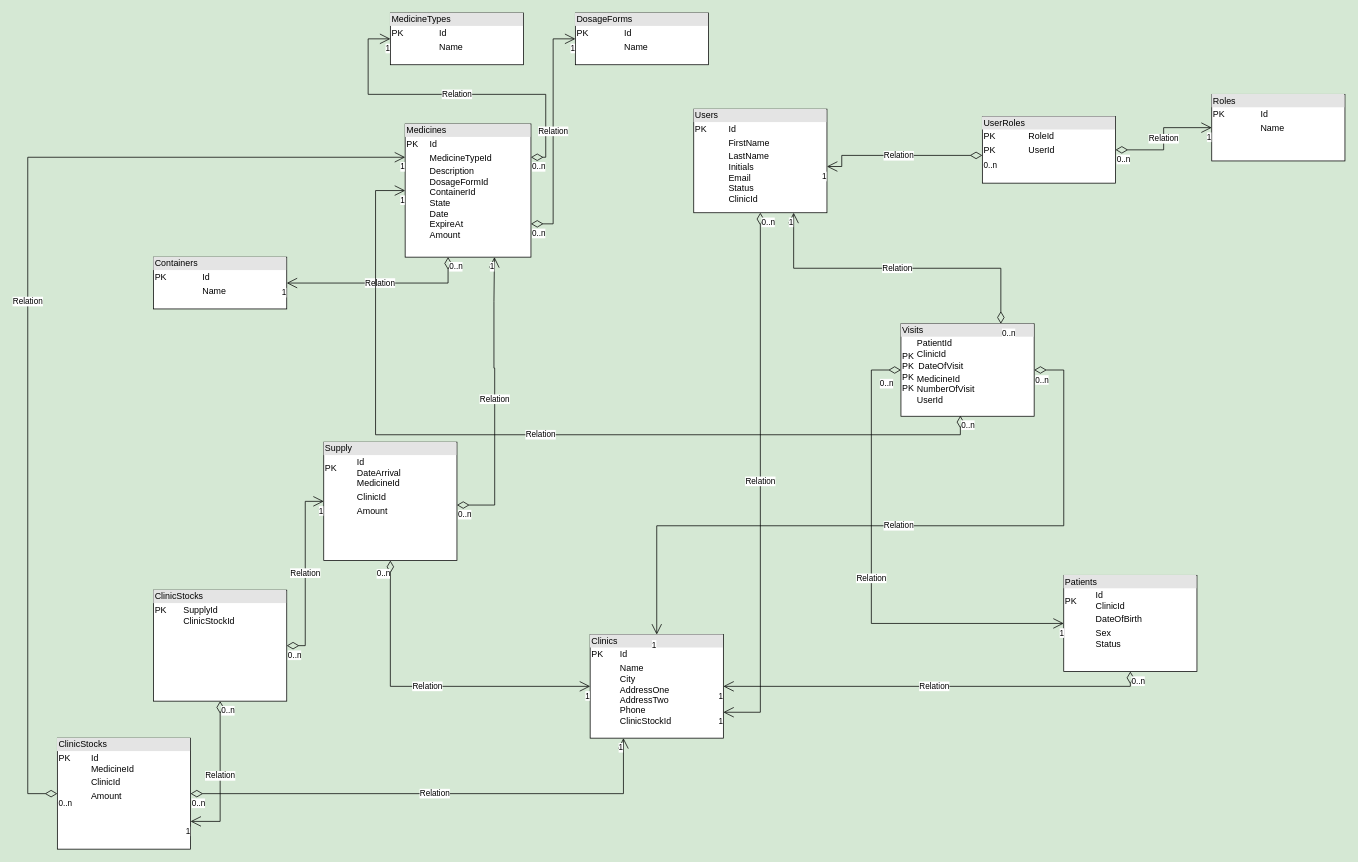
The draw.io diagram diagram/MedicalResearch.drawio in ByklinDev/medical-research, before the edit. Source tidied: cells renumbered, new cells numbered last; positions are measured from the earlier drawing's top-left corner, leaving out a move shared by most shapes. Both pictures are drawn from the tidied source at 74%, with x=0, y=0 at pixel (27, 13).
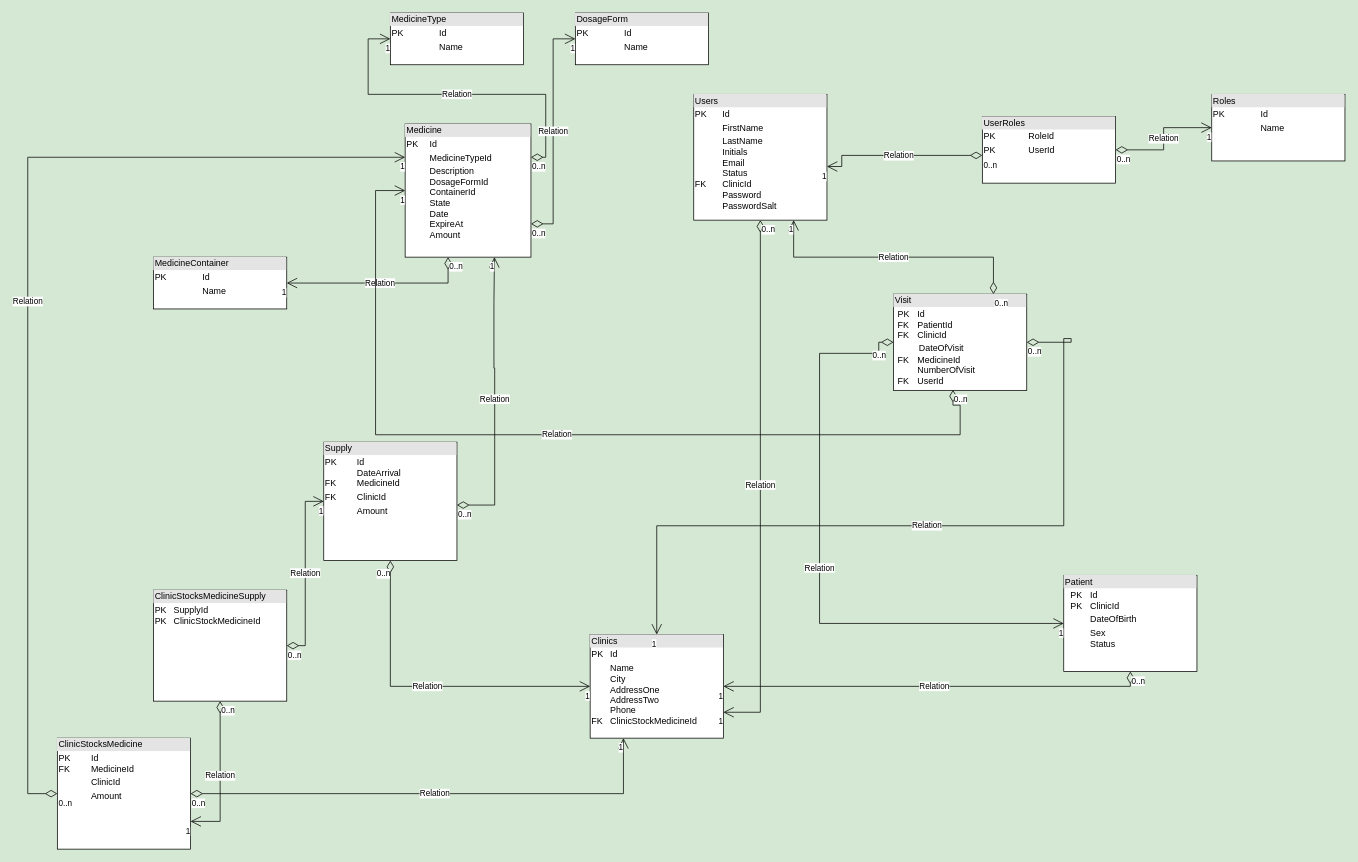
Above is the later version.

The edit, as a diff of the source:
```diff
@@
-    <mxCell id="2" value="&lt;div style=&quot;box-sizing: border-box; width: 100%; background: rgb(228, 228, 228); padding: 2px;&quot;&gt;Users&lt;/div&gt;&lt;table style=&quot;width:100%;font-size:1em;&quot; cellpadding=&quot;2&quot; cellspacing=&quot;0&quot;&gt;&lt;tbody&gt;&lt;tr&gt;&lt;td&gt;PK&lt;/td&gt;&lt;td&gt;Id&lt;/td&gt;&lt;/tr&gt;&lt;tr&gt;&lt;td&gt;&lt;br&gt;&lt;/td&gt;&lt;td&gt;FirstName&lt;/td&gt;&lt;/tr&gt;&lt;tr&gt;&lt;td&gt;&lt;/td&gt;&lt;td&gt;LastName&lt;br&gt;Initials&lt;br&gt;Email&lt;br&gt;Status&lt;br&gt;ClinicId&lt;/td&gt;&lt;/tr&gt;&lt;/tbody&gt;&lt;/table&gt;" style="verticalAlign=top;align=left;overflow=fill;html=1;whiteSpace=wrap;" parent="1" vertex="1">
-      <mxGeometry x="900" y="130" width="180" height="140" as="geometry" />
+    <mxCell id="2" value="&lt;div style=&quot;box-sizing: border-box; width: 100%; background: rgb(228, 228, 228); padding: 2px;&quot;&gt;Users&lt;/div&gt;&lt;table style=&quot;width:100%;font-size:1em;&quot; cellpadding=&quot;2&quot; cellspacing=&quot;0&quot;&gt;&lt;tbody&gt;&lt;tr&gt;&lt;td&gt;PK&lt;/td&gt;&lt;td&gt;Id&lt;/td&gt;&lt;/tr&gt;&lt;tr&gt;&lt;td&gt;&lt;br&gt;&lt;/td&gt;&lt;td&gt;FirstName&lt;/td&gt;&lt;/tr&gt;&lt;tr&gt;&lt;td&gt;&lt;br&gt;&lt;br&gt;FK&lt;/td&gt;&lt;td&gt;LastName&lt;br&gt;Initials&lt;br&gt;Email&lt;br&gt;Status&lt;br&gt;ClinicId&lt;br&gt;Password&lt;br&gt;PasswordSalt&lt;/td&gt;&lt;/tr&gt;&lt;/tbody&gt;&lt;/table&gt;" style="verticalAlign=top;align=left;overflow=fill;html=1;whiteSpace=wrap;" parent="1" vertex="1">
+      <mxGeometry x="900" y="110" width="180" height="170" as="geometry" />
     </mxCell>
@@
-    <mxCell id="4" value="&lt;div style=&quot;box-sizing: border-box; width: 100%; background: rgb(228, 228, 228); padding: 2px;&quot;&gt;MedicineTypes&lt;/div&gt;&lt;table style=&quot;width:100%;font-size:1em;&quot; cellpadding=&quot;2&quot; cellspacing=&quot;0&quot;&gt;&lt;tbody&gt;&lt;tr&gt;&lt;td&gt;PK&lt;/td&gt;&lt;td&gt;Id&lt;/td&gt;&lt;/tr&gt;&lt;tr&gt;&lt;td&gt;&lt;br&gt;&lt;/td&gt;&lt;td&gt;Name&lt;/td&gt;&lt;/tr&gt;&lt;tr&gt;&lt;td&gt;&lt;/td&gt;&lt;td&gt;&lt;br&gt;&lt;/td&gt;&lt;/tr&gt;&lt;/tbody&gt;&lt;/table&gt;" style="verticalAlign=top;align=left;overflow=fill;html=1;whiteSpace=wrap;" parent="1" vertex="1">
+    <mxCell id="4" value="&lt;div style=&quot;box-sizing: border-box; width: 100%; background: rgb(228, 228, 228); padding: 2px;&quot;&gt;MedicineType&lt;/div&gt;&lt;table style=&quot;width:100%;font-size:1em;&quot; cellpadding=&quot;2&quot; cellspacing=&quot;0&quot;&gt;&lt;tbody&gt;&lt;tr&gt;&lt;td&gt;PK&lt;/td&gt;&lt;td&gt;Id&lt;/td&gt;&lt;/tr&gt;&lt;tr&gt;&lt;td&gt;&lt;br&gt;&lt;/td&gt;&lt;td&gt;Name&lt;/td&gt;&lt;/tr&gt;&lt;tr&gt;&lt;td&gt;&lt;/td&gt;&lt;td&gt;&lt;br&gt;&lt;/td&gt;&lt;/tr&gt;&lt;/tbody&gt;&lt;/table&gt;" style="verticalAlign=top;align=left;overflow=fill;html=1;whiteSpace=wrap;" parent="1" vertex="1">
       <mxGeometry x="490" width="180" height="70" as="geometry" />
     </mxCell>
-    <mxCell id="5" value="&lt;div style=&quot;box-sizing: border-box; width: 100%; background: rgb(228, 228, 228); padding: 2px;&quot;&gt;DosageForms&lt;/div&gt;&lt;table style=&quot;width:100%;font-size:1em;&quot; cellpadding=&quot;2&quot; cellspacing=&quot;0&quot;&gt;&lt;tbody&gt;&lt;tr&gt;&lt;td&gt;PK&lt;/td&gt;&lt;td&gt;Id&lt;/td&gt;&lt;/tr&gt;&lt;tr&gt;&lt;td&gt;&lt;br&gt;&lt;/td&gt;&lt;td&gt;Name&lt;/td&gt;&lt;/tr&gt;&lt;tr&gt;&lt;td&gt;&lt;/td&gt;&lt;td&gt;&lt;br&gt;&lt;/td&gt;&lt;/tr&gt;&lt;/tbody&gt;&lt;/table&gt;" style="verticalAlign=top;align=left;overflow=fill;html=1;whiteSpace=wrap;" parent="1" vertex="1">
+    <mxCell id="5" value="&lt;div style=&quot;box-sizing: border-box; width: 100%; background: rgb(228, 228, 228); padding: 2px;&quot;&gt;DosageForm&lt;/div&gt;&lt;table style=&quot;width:100%;font-size:1em;&quot; cellpadding=&quot;2&quot; cellspacing=&quot;0&quot;&gt;&lt;tbody&gt;&lt;tr&gt;&lt;td&gt;PK&lt;/td&gt;&lt;td&gt;Id&lt;/td&gt;&lt;/tr&gt;&lt;tr&gt;&lt;td&gt;&lt;br&gt;&lt;/td&gt;&lt;td&gt;Name&lt;/td&gt;&lt;/tr&gt;&lt;tr&gt;&lt;td&gt;&lt;/td&gt;&lt;td&gt;&lt;br&gt;&lt;/td&gt;&lt;/tr&gt;&lt;/tbody&gt;&lt;/table&gt;" style="verticalAlign=top;align=left;overflow=fill;html=1;whiteSpace=wrap;" parent="1" vertex="1">
       <mxGeometry x="740" width="180" height="70" as="geometry" />
     </mxCell>
-    <mxCell id="6" value="&lt;div style=&quot;box-sizing: border-box; width: 100%; background: rgb(228, 228, 228); padding: 2px;&quot;&gt;Medicines&lt;/div&gt;&lt;table style=&quot;width:100%;font-size:1em;&quot; cellpadding=&quot;2&quot; cellspacing=&quot;0&quot;&gt;&lt;tbody&gt;&lt;tr&gt;&lt;td&gt;PK&lt;/td&gt;&lt;td&gt;Id&lt;/td&gt;&lt;/tr&gt;&lt;tr&gt;&lt;td&gt;&lt;br&gt;&lt;/td&gt;&lt;td&gt;MedicineTypeId&lt;/td&gt;&lt;/tr&gt;&lt;tr&gt;&lt;td&gt;&lt;/td&gt;&lt;td&gt;Description&lt;br&gt;DosageFormId&lt;br&gt;ContainerId&lt;br&gt;State&lt;br&gt;Date&lt;br&gt;ExpireAt&lt;br&gt;Amount&lt;br&gt;&lt;br&gt;&lt;br&gt;&lt;br&gt;&lt;br&gt;&lt;/td&gt;&lt;/tr&gt;&lt;/tbody&gt;&lt;/table&gt;" style="verticalAlign=top;align=left;overflow=fill;html=1;whiteSpace=wrap;" parent="1" vertex="1">
+    <mxCell id="6" value="&lt;div style=&quot;box-sizing: border-box; width: 100%; background: rgb(228, 228, 228); padding: 2px;&quot;&gt;Medicine&lt;/div&gt;&lt;table style=&quot;width:100%;font-size:1em;&quot; cellpadding=&quot;2&quot; cellspacing=&quot;0&quot;&gt;&lt;tbody&gt;&lt;tr&gt;&lt;td&gt;PK&lt;/td&gt;&lt;td&gt;Id&lt;/td&gt;&lt;/tr&gt;&lt;tr&gt;&lt;td&gt;&lt;br&gt;&lt;/td&gt;&lt;td&gt;MedicineTypeId&lt;/td&gt;&lt;/tr&gt;&lt;tr&gt;&lt;td&gt;&lt;/td&gt;&lt;td&gt;Description&lt;br&gt;DosageFormId&lt;br&gt;ContainerId&lt;br&gt;State&lt;br&gt;Date&lt;br&gt;ExpireAt&lt;br&gt;Amount&lt;br&gt;&lt;br&gt;&lt;br&gt;&lt;br&gt;&lt;br&gt;&lt;/td&gt;&lt;/tr&gt;&lt;/tbody&gt;&lt;/table&gt;" style="verticalAlign=top;align=left;overflow=fill;html=1;whiteSpace=wrap;" parent="1" vertex="1">
       <mxGeometry x="510" y="150" width="170" height="180" as="geometry" />
     </mxCell>
@@
-    <mxCell id="8" value="&lt;div style=&quot;box-sizing: border-box; width: 100%; background: rgb(228, 228, 228); padding: 2px;&quot;&gt;Containers&lt;/div&gt;&lt;table style=&quot;width:100%;font-size:1em;&quot; cellpadding=&quot;2&quot; cellspacing=&quot;0&quot;&gt;&lt;tbody&gt;&lt;tr&gt;&lt;td&gt;PK&lt;/td&gt;&lt;td&gt;Id&lt;/td&gt;&lt;/tr&gt;&lt;tr&gt;&lt;td&gt;&lt;br&gt;&lt;/td&gt;&lt;td&gt;Name&lt;/td&gt;&lt;/tr&gt;&lt;tr&gt;&lt;td&gt;&lt;/td&gt;&lt;td&gt;&lt;br&gt;&lt;/td&gt;&lt;/tr&gt;&lt;/tbody&gt;&lt;/table&gt;" style="verticalAlign=top;align=left;overflow=fill;html=1;whiteSpace=wrap;" parent="1" vertex="1">
+    <mxCell id="8" value="&lt;div style=&quot;box-sizing: border-box; width: 100%; background: rgb(228, 228, 228); padding: 2px;&quot;&gt;MedicineContainer&lt;/div&gt;&lt;table style=&quot;width:100%;font-size:1em;&quot; cellpadding=&quot;2&quot; cellspacing=&quot;0&quot;&gt;&lt;tbody&gt;&lt;tr&gt;&lt;td&gt;PK&lt;/td&gt;&lt;td&gt;Id&lt;/td&gt;&lt;/tr&gt;&lt;tr&gt;&lt;td&gt;&lt;br&gt;&lt;/td&gt;&lt;td&gt;Name&lt;/td&gt;&lt;/tr&gt;&lt;tr&gt;&lt;td&gt;&lt;/td&gt;&lt;td&gt;&lt;br&gt;&lt;/td&gt;&lt;/tr&gt;&lt;/tbody&gt;&lt;/table&gt;" style="verticalAlign=top;align=left;overflow=fill;html=1;whiteSpace=wrap;" parent="1" vertex="1">
       <mxGeometry x="170" y="330" width="180" height="70" as="geometry" />
     </mxCell>
-    <mxCell id="9" value="&lt;div style=&quot;box-sizing: border-box; width: 100%; background: rgb(228, 228, 228); padding: 2px;&quot;&gt;Supply&lt;/div&gt;&lt;table style=&quot;width:100%;font-size:1em;&quot; cellpadding=&quot;2&quot; cellspacing=&quot;0&quot;&gt;&lt;tbody&gt;&lt;tr&gt;&lt;td&gt;PK&lt;br&gt;&lt;br&gt;&lt;/td&gt;&lt;td&gt;Id&lt;br&gt;DateArrival&lt;br&gt;MedicineId&lt;/td&gt;&lt;/tr&gt;&lt;tr&gt;&lt;td&gt;&lt;br&gt;&lt;/td&gt;&lt;td&gt;ClinicId&lt;/td&gt;&lt;/tr&gt;&lt;tr&gt;&lt;td&gt;&lt;/td&gt;&lt;td&gt;Amount&lt;br&gt;&lt;br&gt;&lt;/td&gt;&lt;/tr&gt;&lt;/tbody&gt;&lt;/table&gt;" style="verticalAlign=top;align=left;overflow=fill;html=1;whiteSpace=wrap;" parent="1" vertex="1">
+    <mxCell id="9" value="&lt;div style=&quot;box-sizing: border-box; width: 100%; background: rgb(228, 228, 228); padding: 2px;&quot;&gt;Supply&lt;/div&gt;&lt;table style=&quot;width:100%;font-size:1em;&quot; cellpadding=&quot;2&quot; cellspacing=&quot;0&quot;&gt;&lt;tbody&gt;&lt;tr&gt;&lt;td&gt;PK&lt;br&gt;&lt;br&gt;FK&lt;/td&gt;&lt;td&gt;Id&lt;br&gt;DateArrival&lt;br&gt;MedicineId&lt;/td&gt;&lt;/tr&gt;&lt;tr&gt;&lt;td&gt;FK&lt;/td&gt;&lt;td&gt;ClinicId&lt;/td&gt;&lt;/tr&gt;&lt;tr&gt;&lt;td&gt;&lt;/td&gt;&lt;td&gt;Amount&lt;br&gt;&lt;br&gt;&lt;/td&gt;&lt;/tr&gt;&lt;/tbody&gt;&lt;/table&gt;" style="verticalAlign=top;align=left;overflow=fill;html=1;whiteSpace=wrap;" parent="1" vertex="1">
       <mxGeometry x="400" y="580" width="180" height="160" as="geometry" />
     </mxCell>
-    <mxCell id="10" value="&lt;div style=&quot;box-sizing: border-box; width: 100%; background: rgb(228, 228, 228); padding: 2px;&quot;&gt;Clinics&lt;/div&gt;&lt;table style=&quot;width:100%;font-size:1em;&quot; cellpadding=&quot;2&quot; cellspacing=&quot;0&quot;&gt;&lt;tbody&gt;&lt;tr&gt;&lt;td&gt;PK&lt;/td&gt;&lt;td&gt;Id&lt;/td&gt;&lt;/tr&gt;&lt;tr&gt;&lt;td&gt;&lt;br&gt;&lt;/td&gt;&lt;td&gt;Name&lt;br&gt;City&lt;br&gt;AddressOne&lt;br&gt;AddressTwo&lt;br&gt;Phone&lt;br&gt;ClinicStockId&lt;/td&gt;&lt;/tr&gt;&lt;tr&gt;&lt;td&gt;&lt;/td&gt;&lt;td&gt;&lt;br&gt;&lt;/td&gt;&lt;/tr&gt;&lt;/tbody&gt;&lt;/table&gt;" style="verticalAlign=top;align=left;overflow=fill;html=1;whiteSpace=wrap;" parent="1" vertex="1">
+    <mxCell id="10" value="&lt;div style=&quot;box-sizing: border-box; width: 100%; background: rgb(228, 228, 228); padding: 2px;&quot;&gt;Clinics&lt;/div&gt;&lt;table style=&quot;width:100%;font-size:1em;&quot; cellpadding=&quot;2&quot; cellspacing=&quot;0&quot;&gt;&lt;tbody&gt;&lt;tr&gt;&lt;td&gt;PK&lt;/td&gt;&lt;td&gt;Id&lt;/td&gt;&lt;/tr&gt;&lt;tr&gt;&lt;td&gt;&lt;br&gt;&lt;br&gt;&lt;br&gt;&lt;br&gt;&lt;br&gt;FK&lt;/td&gt;&lt;td&gt;Name&lt;br&gt;City&lt;br&gt;AddressOne&lt;br&gt;AddressTwo&lt;br&gt;Phone&lt;br&gt;ClinicStockMedicineId&lt;/td&gt;&lt;/tr&gt;&lt;tr&gt;&lt;td&gt;&lt;/td&gt;&lt;td&gt;&lt;br&gt;&lt;/td&gt;&lt;/tr&gt;&lt;/tbody&gt;&lt;/table&gt;" style="verticalAlign=top;align=left;overflow=fill;html=1;whiteSpace=wrap;" parent="1" vertex="1">
       <mxGeometry x="760" y="840" width="180" height="140" as="geometry" />
     </mxCell>
@@
-    <mxCell id="32" value="&lt;div style=&quot;box-sizing: border-box; width: 100%; background: rgb(228, 228, 228); padding: 2px;&quot;&gt;Patients&lt;/div&gt;&lt;table style=&quot;width:100%;font-size:1em;&quot; cellpadding=&quot;2&quot; cellspacing=&quot;0&quot;&gt;&lt;tbody&gt;&lt;tr&gt;&lt;td&gt;PK&lt;/td&gt;&lt;td&gt;Id&lt;br&gt;ClinicId&lt;/td&gt;&lt;/tr&gt;&lt;tr&gt;&lt;td&gt;&lt;/td&gt;&lt;td&gt;DateOfBirth&lt;/td&gt;&lt;/tr&gt;&lt;tr&gt;&lt;td&gt;&lt;/td&gt;&lt;td&gt;Sex&lt;br&gt;Status&lt;/td&gt;&lt;/tr&gt;&lt;/tbody&gt;&lt;/table&gt;" style="verticalAlign=top;align=left;overflow=fill;html=1;whiteSpace=wrap;" parent="1" vertex="1">
+    <mxCell id="32" value="&lt;div style=&quot;box-sizing: border-box; width: 100%; background: rgb(228, 228, 228); padding: 2px;&quot;&gt;Patient&lt;/div&gt;&lt;table style=&quot;width:100%;font-size:1em;&quot; cellpadding=&quot;2&quot; cellspacing=&quot;0&quot;&gt;&lt;tbody&gt;&lt;tr&gt;&lt;td&gt;&lt;br&gt;&lt;/td&gt;&lt;td&gt;PK&lt;span style=&quot;white-space: pre;&quot;&gt;&#9;&lt;/span&gt;Id&lt;br&gt;PK&lt;span style=&quot;white-space: pre;&quot;&gt;&#9;&lt;/span&gt;ClinicId&lt;/td&gt;&lt;/tr&gt;&lt;tr&gt;&lt;td&gt;&lt;/td&gt;&lt;td&gt;&lt;span style=&quot;white-space: pre;&quot;&gt;&#9;&lt;/span&gt;DateOfBirth&lt;/td&gt;&lt;/tr&gt;&lt;tr&gt;&lt;td&gt;&lt;/td&gt;&lt;td&gt;&lt;span style=&quot;white-space: pre;&quot;&gt;&#9;&lt;/span&gt;Sex&lt;br&gt;&lt;span style=&quot;white-space: pre;&quot;&gt;&#9;&lt;/span&gt;Status&lt;/td&gt;&lt;/tr&gt;&lt;/tbody&gt;&lt;/table&gt;" style="verticalAlign=top;align=left;overflow=fill;html=1;whiteSpace=wrap;" parent="1" vertex="1">
       <mxGeometry x="1400" y="760" width="180" height="130" as="geometry" />
     </mxCell>
-    <mxCell id="33" value="&lt;div style=&quot;box-sizing: border-box; width: 100%; background: rgb(228, 228, 228); padding: 2px;&quot;&gt;Visits&lt;/div&gt;&lt;table style=&quot;width:100%;font-size:1em;&quot; cellpadding=&quot;2&quot; cellspacing=&quot;0&quot;&gt;&lt;tbody&gt;&lt;tr&gt;&lt;td&gt;PK&lt;br&gt;PK&lt;br&gt;PK&lt;br&gt;PK&lt;/td&gt;&lt;td&gt;PatientId&lt;span style=&quot;white-space: pre;&quot;&gt;&#9;&lt;/span&gt;&lt;br&gt;ClinicId&lt;span style=&quot;white-space: pre;&quot;&gt;&#9;&lt;/span&gt;&lt;table style=&quot;font-size: 1em; width: 180px;&quot; cellpadding=&quot;2&quot; cellspacing=&quot;0&quot;&gt;&lt;tbody&gt;&lt;tr&gt;&lt;td&gt;DateOfVisit&lt;/td&gt;&lt;/tr&gt;&lt;tr&gt;&lt;/tr&gt;&lt;/tbody&gt;&lt;/table&gt;MedicineId&lt;br&gt;NumberOfVisit&lt;br&gt;UserId&lt;/td&gt;&lt;/tr&gt;&lt;tr&gt;&lt;td&gt;&lt;br&gt;&lt;/td&gt;&lt;td&gt;&lt;br&gt;&lt;br&gt;&lt;/td&gt;&lt;/tr&gt;&lt;tr&gt;&lt;td&gt;&lt;/td&gt;&lt;td&gt;&lt;br&gt;&lt;/td&gt;&lt;/tr&gt;&lt;/tbody&gt;&lt;/table&gt;" style="verticalAlign=top;align=left;overflow=fill;html=1;whiteSpace=wrap;" parent="1" vertex="1">
-      <mxGeometry x="1180" y="420" width="180" height="125" as="geometry" />
+    <mxCell id="33" value="&lt;div style=&quot;box-sizing: border-box; width: 100%; background: rgb(228, 228, 228); padding: 2px;&quot;&gt;Visit&lt;/div&gt;&lt;table style=&quot;width:100%;font-size:1em;&quot; cellpadding=&quot;2&quot; cellspacing=&quot;0&quot;&gt;&lt;tbody&gt;&lt;tr&gt;&lt;td&gt;&lt;br&gt;&lt;br&gt;&lt;br&gt;&lt;br&gt;&lt;/td&gt;&lt;td&gt;PK&lt;span style=&quot;white-space: pre;&quot;&gt;&#9;&lt;/span&gt;Id&lt;br&gt;FK &lt;span style=&quot;white-space: pre;&quot;&gt;&#9;&lt;/span&gt;PatientId&lt;span style=&quot;white-space: pre;&quot;&gt;&#9;&lt;/span&gt;&lt;br&gt;FK&amp;nbsp;&amp;nbsp;&lt;span style=&quot;white-space: pre;&quot;&gt;&#9;&lt;/span&gt;ClinicId&lt;span style=&quot;white-space: pre;&quot;&gt;&#9;&lt;/span&gt;&amp;nbsp;&amp;nbsp;&lt;table style=&quot;font-size: 1em; width: 180px;&quot; cellpadding=&quot;2&quot; cellspacing=&quot;0&quot;&gt;&lt;tbody&gt;&lt;tr&gt;&lt;td&gt;&lt;span style=&quot;white-space: pre;&quot;&gt;&#9;&lt;/span&gt;DateOfVisit&lt;/td&gt;&lt;/tr&gt;&lt;tr&gt;&lt;/tr&gt;&lt;/tbody&gt;&lt;/table&gt;FK&lt;span style=&quot;white-space: pre;&quot;&gt;&#9;&lt;/span&gt;MedicineId&lt;br&gt;&lt;span style=&quot;white-space: pre;&quot;&gt;&#9;&lt;/span&gt;NumberOfVisit&lt;br&gt;FK&lt;span style=&quot;white-space: pre;&quot;&gt;&#9;&lt;/span&gt;UserId&lt;/td&gt;&lt;/tr&gt;&lt;tr&gt;&lt;td&gt;&lt;br&gt;&lt;/td&gt;&lt;td&gt;&lt;br&gt;&lt;br&gt;&lt;/td&gt;&lt;/tr&gt;&lt;tr&gt;&lt;td&gt;&lt;/td&gt;&lt;td&gt;&lt;br&gt;&lt;/td&gt;&lt;/tr&gt;&lt;/tbody&gt;&lt;/table&gt;" style="verticalAlign=top;align=left;overflow=fill;html=1;whiteSpace=wrap;" parent="1" vertex="1">
+      <mxGeometry x="1170" y="380" width="180" height="130" as="geometry" />
     </mxCell>
     <mxCell id="34" value="Relation" style="endArrow=open;html=1;endSize=12;startArrow=diamondThin;startSize=14;startFill=0;edgeStyle=orthogonalEdgeStyle;rounded=0;exitX=0;exitY=0.5;exitDx=0;exitDy=0;entryX=0;entryY=0.5;entryDx=0;entryDy=0;" parent="1" edge="1" source="33" target="32">
       <mxGeometry relative="1" as="geometry">
         <Array as="points">
-          <mxPoint x="1140" y="483" />
-          <mxPoint x="1140" y="825" />
+          <mxPoint x="1150" y="460" />
+          <mxPoint x="1070" y="460" />
+          <mxPoint x="1070" y="825" />
         </Array>
       </mxGeometry>
     </mxCell>
@@
     <mxCell id="40" value="Relation" style="endArrow=open;html=1;endSize=12;startArrow=diamondThin;startSize=14;startFill=0;edgeStyle=orthogonalEdgeStyle;rounded=0;entryX=0;entryY=0.5;entryDx=0;entryDy=0;exitX=0.446;exitY=0.995;exitDx=0;exitDy=0;exitPerimeter=0;" parent="1" edge="1" source="33" target="6">
       <mxGeometry relative="1" as="geometry">
         <Array as="points">
+          <mxPoint x="1250" y="530" />
+          <mxPoint x="1260" y="530" />
           <mxPoint x="1260" y="570" />
           <mxPoint x="470" y="570" />
           <mxPoint x="470" y="240" />
         </Array>
       </mxGeometry>
     </mxCell>
@@
-    <mxCell id="43" value="&lt;div style=&quot;box-sizing: border-box; width: 100%; background: rgb(228, 228, 228); padding: 2px;&quot;&gt;ClinicStocks&lt;/div&gt;&lt;table style=&quot;width:100%;font-size:1em;&quot; cellpadding=&quot;2&quot; cellspacing=&quot;0&quot;&gt;&lt;tbody&gt;&lt;tr&gt;&lt;td&gt;PK&lt;br&gt;&lt;br&gt;&lt;/td&gt;&lt;td&gt;Id&lt;br&gt;MedicineId&lt;/td&gt;&lt;/tr&gt;&lt;tr&gt;&lt;td&gt;&lt;br&gt;&lt;/td&gt;&lt;td&gt;ClinicId&lt;/td&gt;&lt;/tr&gt;&lt;tr&gt;&lt;td&gt;&lt;/td&gt;&lt;td&gt;Amount&lt;br&gt;&lt;br&gt;&lt;br&gt;&lt;/td&gt;&lt;/tr&gt;&lt;/tbody&gt;&lt;/table&gt;" style="verticalAlign=top;align=left;overflow=fill;html=1;whiteSpace=wrap;" parent="1" vertex="1">
+    <mxCell id="43" value="&lt;div style=&quot;box-sizing: border-box; width: 100%; background: rgb(228, 228, 228); padding: 2px;&quot;&gt;ClinicStocksMedicine&lt;/div&gt;&lt;table style=&quot;width:100%;font-size:1em;&quot; cellpadding=&quot;2&quot; cellspacing=&quot;0&quot;&gt;&lt;tbody&gt;&lt;tr&gt;&lt;td&gt;PK&lt;br&gt;FK&lt;/td&gt;&lt;td&gt;Id&lt;br&gt;MedicineId&lt;/td&gt;&lt;/tr&gt;&lt;tr&gt;&lt;td&gt;&lt;br&gt;&lt;/td&gt;&lt;td&gt;ClinicId&lt;/td&gt;&lt;/tr&gt;&lt;tr&gt;&lt;td&gt;&lt;/td&gt;&lt;td&gt;Amount&lt;br&gt;&lt;br&gt;&lt;br&gt;&lt;/td&gt;&lt;/tr&gt;&lt;/tbody&gt;&lt;/table&gt;" style="verticalAlign=top;align=left;overflow=fill;html=1;whiteSpace=wrap;" parent="1" vertex="1">
       <mxGeometry x="40" y="980" width="180" height="150" as="geometry" />
     </mxCell>
-    <mxCell id="44" value="&lt;div style=&quot;box-sizing: border-box; width: 100%; background: rgb(228, 228, 228); padding: 2px;&quot;&gt;ClinicStocks&lt;/div&gt;&lt;table style=&quot;width:100%;font-size:1em;&quot; cellpadding=&quot;2&quot; cellspacing=&quot;0&quot;&gt;&lt;tbody&gt;&lt;tr&gt;&lt;td&gt;PK&lt;br&gt;&lt;br&gt;&lt;/td&gt;&lt;td&gt;SupplyId&lt;br&gt;ClinicStockId&lt;/td&gt;&lt;/tr&gt;&lt;tr&gt;&lt;td&gt;&lt;/td&gt;&lt;td&gt;&lt;br&gt;&lt;br&gt;&lt;br&gt;&lt;/td&gt;&lt;/tr&gt;&lt;/tbody&gt;&lt;/table&gt;" style="verticalAlign=top;align=left;overflow=fill;html=1;whiteSpace=wrap;" parent="1" vertex="1">
+    <mxCell id="44" value="&lt;div style=&quot;box-sizing: border-box; width: 100%; background: rgb(228, 228, 228); padding: 2px;&quot;&gt;ClinicStocksMedicineSupply&lt;/div&gt;&lt;table style=&quot;width:100%;font-size:1em;&quot; cellpadding=&quot;2&quot; cellspacing=&quot;0&quot;&gt;&lt;tbody&gt;&lt;tr&gt;&lt;td&gt;PK&lt;br&gt;PK&lt;/td&gt;&lt;td&gt;SupplyId&lt;br&gt;ClinicStockMedicineId&lt;/td&gt;&lt;/tr&gt;&lt;tr&gt;&lt;td&gt;&lt;/td&gt;&lt;td&gt;&lt;br&gt;&lt;br&gt;&lt;br&gt;&lt;/td&gt;&lt;/tr&gt;&lt;/tbody&gt;&lt;/table&gt;" style="verticalAlign=top;align=left;overflow=fill;html=1;whiteSpace=wrap;" parent="1" vertex="1">
       <mxGeometry x="170" y="780" width="180" height="150" as="geometry" />
     </mxCell>
@@
     <mxCell id="60" value="Relation" style="endArrow=open;html=1;endSize=12;startArrow=diamondThin;startSize=14;startFill=0;edgeStyle=orthogonalEdgeStyle;rounded=0;entryX=0.5;entryY=0;entryDx=0;entryDy=0;exitX=1;exitY=0.5;exitDx=0;exitDy=0;" parent="1" edge="1" source="33" target="10">
       <mxGeometry relative="1" as="geometry">
         <Array as="points">
-          <mxPoint x="1400" y="483" />
+          <mxPoint x="1410" y="445" />
+          <mxPoint x="1410" y="440" />
+          <mxPoint x="1400" y="440" />
           <mxPoint x="1400" y="693" />
           <mxPoint x="850" y="693" />
         </Array>
       </mxGeometry>
     </mxCell>
```
